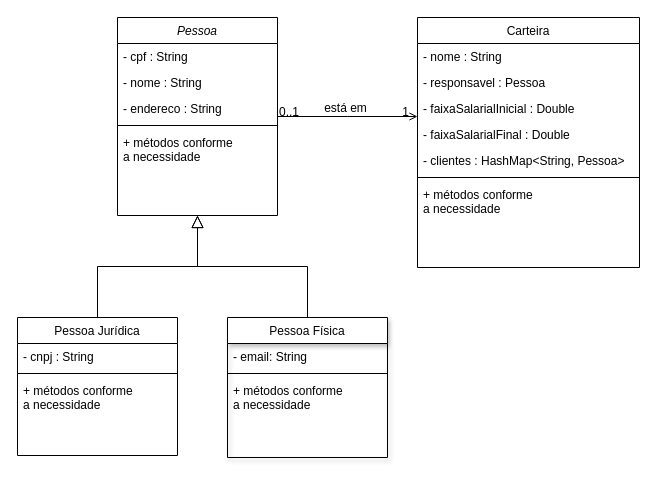
eduardo-schork/dsd-sockets keeps this draw.io diagram as docs/DSD Sockets.drawio. Above is the earlier version. Source tidied: cells renumbered, new cells numbered last; positions are measured from the earlier drawing's top-left corner, leaving out a move shared by most shapes. Both pictures are drawn from the tidied source at 100%, with x=0, y=0 at pixel (17, 17).
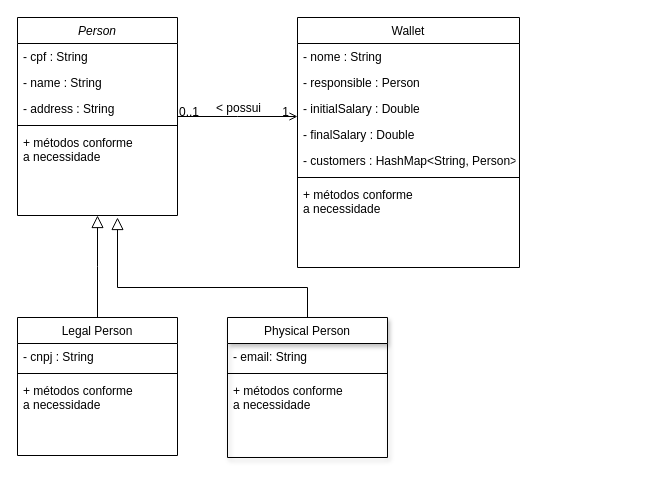
The same diagram, later.

Unchanged cells that the change refers to:
```xml
<mxCell id="26" style="endArrow=open;shadow=0;strokeWidth=1;rounded=0;endFill=1;edgeStyle=elbowEdgeStyle;elbow=vertical;" parent="1" edge="1" source="6" target="18">
  <mxGeometry x="0.5" y="41" relative="1" as="geometry">
    <mxPoint x="-40" y="32" as="offset" />
  </mxGeometry>
</mxCell>
```

What changed in the source:
```diff
@@
-    <mxCell id="2" value="Pessoa Física" style="swimlane;fontStyle=0;align=center;verticalAlign=top;horizontal=1;startSize=26;rounded=0;shadow=1;strokeWidth=1;" parent="1" vertex="1">
+    <mxCell id="2" value="Physical Person" style="swimlane;fontStyle=0;align=center;verticalAlign=top;horizontal=1;startSize=26;rounded=0;shadow=1;strokeWidth=1;" parent="1" vertex="1">
       <mxGeometry x="210" y="300" width="160" height="140" as="geometry" />
     </mxCell>
@@
-    <mxCell id="6" value="Pessoa" style="swimlane;fontStyle=2;align=center;verticalAlign=top;horizontal=1;startSize=26;rounded=0;shadow=0;strokeWidth=1;" parent="1" vertex="1">
-      <mxGeometry x="100" width="160" height="198" as="geometry" />
+    <mxCell id="6" value="Person" style="swimlane;fontStyle=2;align=center;verticalAlign=top;horizontal=1;startSize=26;rounded=0;shadow=0;strokeWidth=1;" parent="1" vertex="1">
+      <mxGeometry width="160" height="198" as="geometry" />
     </mxCell>
@@
-    <mxCell id="8" value="- nome : String" style="text;align=left;verticalAlign=top;spacingLeft=4;spacingRight=4;overflow=hidden;rounded=0;shadow=0;html=0;" parent="6" vertex="1">
+    <mxCell id="8" value="- name : String" style="text;align=left;verticalAlign=top;spacingLeft=4;spacingRight=4;overflow=hidden;rounded=0;shadow=0;html=0;" parent="6" vertex="1">
       <mxGeometry y="52" width="160" height="26" as="geometry" />
     </mxCell>
-    <mxCell id="9" value="- endereco : String" style="text;align=left;verticalAlign=top;spacingLeft=4;spacingRight=4;overflow=hidden;rounded=0;shadow=0;html=0;" parent="6" vertex="1">
+    <mxCell id="9" value="- address : String" style="text;align=left;verticalAlign=top;spacingLeft=4;spacingRight=4;overflow=hidden;rounded=0;shadow=0;html=0;" parent="6" vertex="1">
       <mxGeometry y="78" width="160" height="26" as="geometry" />
     </mxCell>
@@
-    <mxCell id="12" value="Pessoa Jurídica" style="swimlane;fontStyle=0;align=center;verticalAlign=top;horizontal=1;startSize=26;rounded=0;shadow=0;strokeWidth=1;" parent="1" vertex="1">
+    <mxCell id="12" value="Legal Person" style="swimlane;fontStyle=0;align=center;verticalAlign=top;horizontal=1;startSize=26;rounded=0;shadow=0;strokeWidth=1;" parent="1" vertex="1">
       <mxGeometry y="300" width="160" height="138" as="geometry" />
     </mxCell>
@@
-    <mxCell id="17" style="endArrow=block;endSize=10;endFill=0;shadow=0;strokeWidth=1;rounded=0;edgeStyle=elbowEdgeStyle;elbow=vertical;" parent="1" edge="1" source="2" target="6">
-      <mxGeometry relative="1" as="geometry" />
+    <mxCell id="17" style="endArrow=block;endSize=10;endFill=0;shadow=0;strokeWidth=1;rounded=0;edgeStyle=elbowEdgeStyle;elbow=vertical;" parent="1" edge="1" source="2">
+      <mxGeometry relative="1" as="geometry">
+        <mxPoint x="100" y="200" as="targetPoint" />
+        <Array as="points">
+          <mxPoint x="190" y="270" />
+        </Array>
+      </mxGeometry>
     </mxCell>
-    <mxCell id="18" value="Carteira" style="swimlane;fontStyle=0;align=center;verticalAlign=top;horizontal=1;startSize=26;rounded=0;shadow=0;strokeWidth=1;" parent="1" vertex="1">
-      <mxGeometry x="400" width="222" height="250" as="geometry" />
+    <mxCell id="18" value="Wallet" style="swimlane;fontStyle=0;align=center;verticalAlign=top;horizontal=1;startSize=26;rounded=0;shadow=0;strokeWidth=1;" parent="1" vertex="1">
+      <mxGeometry x="280" width="222" height="250" as="geometry" />
     </mxCell>
@@
-    <mxCell id="20" value="- responsavel : Pessoa" style="text;align=left;verticalAlign=top;spacingLeft=4;spacingRight=4;overflow=hidden;rounded=0;shadow=0;html=0;" parent="18" vertex="1">
+    <mxCell id="20" value="- responsible : Person" style="text;align=left;verticalAlign=top;spacingLeft=4;spacingRight=4;overflow=hidden;rounded=0;shadow=0;html=0;" parent="18" vertex="1">
       <mxGeometry y="52" width="222" height="26" as="geometry" />
     </mxCell>
-    <mxCell id="21" value="- faixaSalarialInicial : Double" style="text;align=left;verticalAlign=top;spacingLeft=4;spacingRight=4;overflow=hidden;rounded=0;shadow=0;html=0;" parent="18" vertex="1">
+    <mxCell id="21" value="- initialSalary : Double" style="text;align=left;verticalAlign=top;spacingLeft=4;spacingRight=4;overflow=hidden;rounded=0;shadow=0;html=0;" parent="18" vertex="1">
       <mxGeometry y="78" width="222" height="26" as="geometry" />
     </mxCell>
-    <mxCell id="22" value="- faixaSalarialFinal : Double" style="text;align=left;verticalAlign=top;spacingLeft=4;spacingRight=4;overflow=hidden;rounded=0;shadow=0;html=0;" parent="18" vertex="1">
+    <mxCell id="22" value="- finalSalary : Double" style="text;align=left;verticalAlign=top;spacingLeft=4;spacingRight=4;overflow=hidden;rounded=0;shadow=0;html=0;" parent="18" vertex="1">
       <mxGeometry y="104" width="222" height="26" as="geometry" />
     </mxCell>
-    <mxCell id="23" value="- clientes : HashMap&lt;String, Pessoa&gt;" style="text;align=left;verticalAlign=top;spacingLeft=4;spacingRight=4;overflow=hidden;rounded=0;shadow=0;html=0;" parent="18" vertex="1">
+    <mxCell id="23" value="- customers : HashMap&lt;String, Person&gt;" style="text;align=left;verticalAlign=top;spacingLeft=4;spacingRight=4;overflow=hidden;rounded=0;shadow=0;html=0;" parent="18" vertex="1">
       <mxGeometry y="130" width="222" height="26" as="geometry" />
     </mxCell>
@@
-    <mxCell id="29" value="está em" style="text;html=1;align=center;verticalAlign=middle;labelBackgroundColor=none;rounded=0;shadow=0;strokeWidth=1;fontSize=12;" parent="26" vertex="1">
+    <mxCell id="29" value="&amp;lt; possui" style="text;html=1;align=center;verticalAlign=middle;labelBackgroundColor=none;rounded=0;shadow=0;strokeWidth=1;fontSize=12;" parent="26" vertex="1">
       <mxGeometry x="0.5" y="49" relative="1" as="geometry">
-        <mxPoint x="-38" y="40" as="offset" />
+        <mxPoint x="-30" y="40" as="offset" />
       </mxGeometry>
     </mxCell>
```
